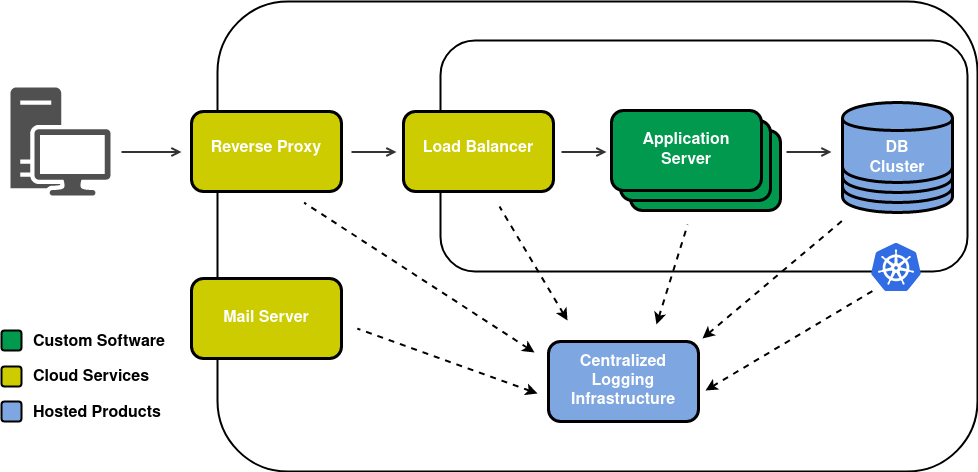
The draw.io diagram assets/posts/2020-11-11-rico-logging/modern-application-setup.png in karakun/karakun.github.io, before a commit. Source tidied: cells renumbered, new cells last; positions are measured from the earlier drawing's top-left corner, leaving out a move shared by most shapes. Source of this version:
```xml
<mxGraphModel>
  <root>
    <mxCell id="0" />
    <mxCell id="1" parent="0" />
    <mxCell id="2" style="rounded=1;whiteSpace=wrap;html=1;strokeWidth=2;" parent="1" vertex="1">
      <mxGeometry x="216" width="760" height="470" as="geometry" />
    </mxCell>
    <mxCell id="3" style="rounded=1;whiteSpace=wrap;html=1;strokeWidth=2;" parent="1" vertex="1">
      <mxGeometry x="439" y="39" width="527" height="231" as="geometry" />
    </mxCell>
    <mxCell id="4" style="rounded=1;whiteSpace=wrap;html=1;strokeWidth=3;fontColor=#ffffff;fillColor=#00994D;" parent="1" vertex="1">
      <mxGeometry x="629" y="129" width="150" height="80" as="geometry" />
    </mxCell>
    <mxCell id="5" style="rounded=1;whiteSpace=wrap;html=1;strokeWidth=3;fontColor=#ffffff;fillColor=#00994D;" parent="1" vertex="1">
      <mxGeometry x="619" y="119" width="150" height="80" as="geometry" />
    </mxCell>
    <mxCell id="6" value="&lt;div style=&quot;font-size: 16px;&quot;&gt;Application&lt;/div&gt;&lt;div style=&quot;font-size: 16px;&quot;&gt;Server&lt;/div&gt;" style="rounded=1;whiteSpace=wrap;html=1;strokeWidth=3;fontColor=#ffffff;fillColor=#00994D;fontSize=16;fontStyle=1;" parent="1" vertex="1">
      <mxGeometry x="610" y="109" width="150" height="80" as="geometry" />
    </mxCell>
    <mxCell id="7" value="&lt;p style=&quot;line-height: 120%; font-size: 16px;&quot;&gt;&lt;/p&gt;&lt;div style=&quot;font-size: 16px;&quot;&gt;&lt;font style=&quot;font-size: 16px;&quot;&gt;&lt;sup style=&quot;font-size: 16px;&quot;&gt;&lt;font style=&quot;font-size: 16px;&quot;&gt;Reverse Proxy&lt;/font&gt;&lt;/sup&gt;&lt;/font&gt;&lt;/div&gt;&lt;p style=&quot;font-size: 16px;&quot;&gt;&lt;/p&gt;" style="rounded=1;whiteSpace=wrap;strokeWidth=3;fontColor=#ffffff;fillColor=#CCCC00;spacing=2;html=1;fontSize=16;fontStyle=1;" parent="1" vertex="1">
      <mxGeometry x="190" y="110" width="150" height="80" as="geometry" />
    </mxCell>
    <mxCell id="8" style="endArrow=open;html=1;endFill=0;strokeWidth=2;strokeColor=#333333;" parent="1" edge="1">
      <mxGeometry relative="1" as="geometry">
        <mxPoint x="120" y="150.5" as="sourcePoint" />
        <mxPoint x="180" y="150.5" as="targetPoint" />
      </mxGeometry>
    </mxCell>
    <mxCell id="9" style="endArrow=open;html=1;endFill=0;strokeWidth=2;strokeColor=#333333;" parent="1" edge="1">
      <mxGeometry relative="1" as="geometry">
        <mxPoint x="785" y="150.5" as="sourcePoint" />
        <mxPoint x="830" y="150.5" as="targetPoint" />
      </mxGeometry>
    </mxCell>
    <mxCell id="10" value="Centralized&lt;br style=&quot;font-size: 16px;&quot;&gt;Logging&lt;br style=&quot;font-size: 16px;&quot;&gt;Infrastructure" style="rounded=1;whiteSpace=wrap;html=1;strokeWidth=3;fontColor=#ffffff;fillColor=#7EA6E0;fontSize=16;fontStyle=1;" parent="1" vertex="1">
      <mxGeometry x="547" y="340" width="150" height="80" as="geometry" />
    </mxCell>
    <mxCell id="11" value="Mail Server" style="rounded=1;whiteSpace=wrap;html=1;strokeWidth=3;fontColor=#ffffff;fillColor=#CCCC00;fontSize=16;fontStyle=1;" parent="1" vertex="1">
      <mxGeometry x="190" y="277" width="150" height="80" as="geometry" />
    </mxCell>
    <mxCell id="12" style="rounded=1;whiteSpace=wrap;html=1;strokeWidth=2;fontColor=#ffffff;fillColor=#00994D;fontSize=14;fontStyle=1;" parent="1" vertex="1">
      <mxGeometry y="329" width="20" height="20" as="geometry" />
    </mxCell>
    <mxCell id="13" value="Custom Software" style="text;html=1;strokeColor=none;fillColor=none;align=left;verticalAlign=middle;whiteSpace=wrap;rounded=0;fontSize=16;fontStyle=1;" parent="1" vertex="1">
      <mxGeometry x="30" y="331" width="160" height="20" as="geometry" />
    </mxCell>
    <mxCell id="14" style="rounded=1;whiteSpace=wrap;html=1;strokeWidth=2;fontColor=#ffffff;fillColor=#CCCC00;fontSize=14;fontStyle=1;" parent="1" vertex="1">
      <mxGeometry y="365" width="20" height="20" as="geometry" />
    </mxCell>
    <mxCell id="15" value="Cloud Services" style="text;html=1;strokeColor=none;fillColor=none;align=left;verticalAlign=middle;whiteSpace=wrap;rounded=0;fontSize=16;fontStyle=1;" parent="1" vertex="1">
      <mxGeometry x="30" y="366" width="130" height="20" as="geometry" />
    </mxCell>
    <mxCell id="16" style="rounded=1;whiteSpace=wrap;html=1;strokeWidth=2;fontColor=#ffffff;fillColor=#7EA6E0;fontSize=14;fontStyle=1;" parent="1" vertex="1">
      <mxGeometry y="400" width="20" height="20" as="geometry" />
    </mxCell>
    <mxCell id="17" value="Hosted Products" style="text;html=1;strokeColor=none;fillColor=none;align=left;verticalAlign=middle;whiteSpace=wrap;rounded=0;fontSize=16;fontStyle=1;" parent="1" vertex="1">
      <mxGeometry x="30" y="402" width="130" height="20" as="geometry" />
    </mxCell>
    <mxCell id="18" style="shadow=0;dashed=0;html=1;strokeColor=none;fillColor=#505050;labelPosition=center;verticalLabelPosition=bottom;verticalAlign=top;align=center;shape=mxgraph.office.devices.workstation;" parent="1" vertex="1">
      <mxGeometry x="9" y="86" width="100" height="108" as="geometry" />
    </mxCell>
    <mxCell id="19" value="&lt;p style=&quot;line-height: 120%; font-size: 16px;&quot;&gt;&lt;/p&gt;&lt;div style=&quot;font-size: 16px;&quot;&gt;&lt;font style=&quot;font-size: 16px;&quot;&gt;&lt;sup style=&quot;font-size: 16px;&quot;&gt;&lt;font style=&quot;font-size: 16px;&quot;&gt;Load Balancer&lt;/font&gt;&lt;/sup&gt;&lt;/font&gt;&lt;/div&gt;&lt;p style=&quot;font-size: 16px;&quot;&gt;&lt;/p&gt;" style="rounded=1;whiteSpace=wrap;strokeWidth=3;fontColor=#ffffff;fillColor=#CCCC00;spacing=2;html=1;fontSize=16;fontStyle=1;" parent="1" vertex="1">
      <mxGeometry x="402" y="110" width="150" height="80" as="geometry" />
    </mxCell>
    <mxCell id="20" style="endArrow=open;html=1;endFill=0;strokeWidth=2;strokeColor=#333333;" parent="1" edge="1">
      <mxGeometry relative="1" as="geometry">
        <mxPoint x="350" y="150.5" as="sourcePoint" />
        <mxPoint x="395" y="150.5" as="targetPoint" />
      </mxGeometry>
    </mxCell>
    <mxCell id="21" style="shape=cylinder;whiteSpace=wrap;html=1;boundedLbl=1;backgroundOutline=1;strokeWidth=3;fillColor=#7EA6E0;strokeColor=#000000;rounded=1;fontColor=#ffffff;" parent="1" vertex="1">
      <mxGeometry x="841" y="131" width="110" height="80" as="geometry" />
    </mxCell>
    <mxCell id="22" style="shape=cylinder;whiteSpace=wrap;html=1;boundedLbl=1;backgroundOutline=1;strokeWidth=3;fillColor=#7EA6E0;strokeColor=#000000;rounded=1;fontColor=#ffffff;" parent="1" vertex="1">
      <mxGeometry x="841" y="121" width="110" height="80" as="geometry" />
    </mxCell>
    <mxCell id="23" style="shape=cylinder;whiteSpace=wrap;html=1;boundedLbl=1;backgroundOutline=1;strokeWidth=3;fillColor=#7EA6E0;strokeColor=#000000;rounded=1;fontColor=#ffffff;" parent="1" vertex="1">
      <mxGeometry x="841" y="111" width="110" height="80" as="geometry" />
    </mxCell>
    <mxCell id="24" value="DB&lt;br style=&quot;font-size: 16px;&quot;&gt;Cluster" style="shape=cylinder;whiteSpace=wrap;html=1;boundedLbl=1;backgroundOutline=1;strokeWidth=3;fillColor=#7EA6E0;strokeColor=#000000;rounded=1;fontColor=#ffffff;fontSize=16;fontStyle=1;spacingTop=7;" parent="1" vertex="1">
      <mxGeometry x="841" y="101" width="110" height="80" as="geometry" />
    </mxCell>
    <mxCell id="25" style="html=1;align=center;image;fontSize=12;image=img/lib/mscae/Kubernetes.svg;strokeColor=#000000;strokeWidth=2;" parent="1" vertex="1">
      <mxGeometry x="870" y="242" width="50" height="48" as="geometry" />
    </mxCell>
    <mxCell id="26" style="endArrow=open;html=1;endFill=0;strokeWidth=2;strokeColor=#333333;" parent="1" edge="1">
      <mxGeometry relative="1" as="geometry">
        <mxPoint x="560" y="150.5" as="sourcePoint" />
        <mxPoint x="605" y="150.5" as="targetPoint" />
      </mxGeometry>
    </mxCell>
    <mxCell id="27" style="endArrow=none;dashed=1;html=1;startArrow=classic;startFill=1;strokeWidth=2;entryX=0.112;entryY=0.719;entryDx=0;entryDy=0;entryPerimeter=0;" parent="1" edge="1" target="3">
      <mxGeometry relative="1" as="geometry">
        <mxPoint x="566" y="319" as="sourcePoint" />
      </mxGeometry>
    </mxCell>
    <mxCell id="28" style="endArrow=none;dashed=1;html=1;startArrow=classic;startFill=1;strokeWidth=2;entryX=0.469;entryY=0.797;entryDx=0;entryDy=0;entryPerimeter=0;" parent="1" edge="1" target="3">
      <mxGeometry relative="1" as="geometry">
        <mxPoint x="655" y="323" as="sourcePoint" />
      </mxGeometry>
    </mxCell>
    <mxCell id="29" style="endArrow=none;dashed=1;html=1;startArrow=classic;startFill=1;strokeWidth=2;entryX=0.184;entryY=0.696;entryDx=0;entryDy=0;entryPerimeter=0;" parent="1" edge="1" target="2">
      <mxGeometry relative="1" as="geometry">
        <mxPoint x="536" y="392" as="sourcePoint" />
      </mxGeometry>
    </mxCell>
    <mxCell id="30" style="endArrow=none;dashed=1;html=1;startArrow=classic;startFill=1;strokeWidth=2;entryX=0.114;entryY=0.428;entryDx=0;entryDy=0;entryPerimeter=0;" parent="1" edge="1" target="2">
      <mxGeometry relative="1" as="geometry">
        <mxPoint x="533" y="351" as="sourcePoint" />
      </mxGeometry>
    </mxCell>
    <mxCell id="31" style="endArrow=none;dashed=1;html=1;startArrow=classic;startFill=1;strokeWidth=2;entryX=0.765;entryY=0.775;entryDx=0;entryDy=0;entryPerimeter=0;" parent="1" edge="1" target="3">
      <mxGeometry relative="1" as="geometry">
        <mxPoint x="701" y="337" as="sourcePoint" />
      </mxGeometry>
    </mxCell>
    <mxCell id="32" style="endArrow=none;dashed=1;html=1;startArrow=classic;startFill=1;strokeWidth=2;entryX=0.865;entryY=0.613;entryDx=0;entryDy=0;entryPerimeter=0;" parent="1" edge="1" target="2">
      <mxGeometry relative="1" as="geometry">
        <mxPoint x="704" y="389" as="sourcePoint" />
      </mxGeometry>
    </mxCell>
  </root>
</mxGraphModel>
```
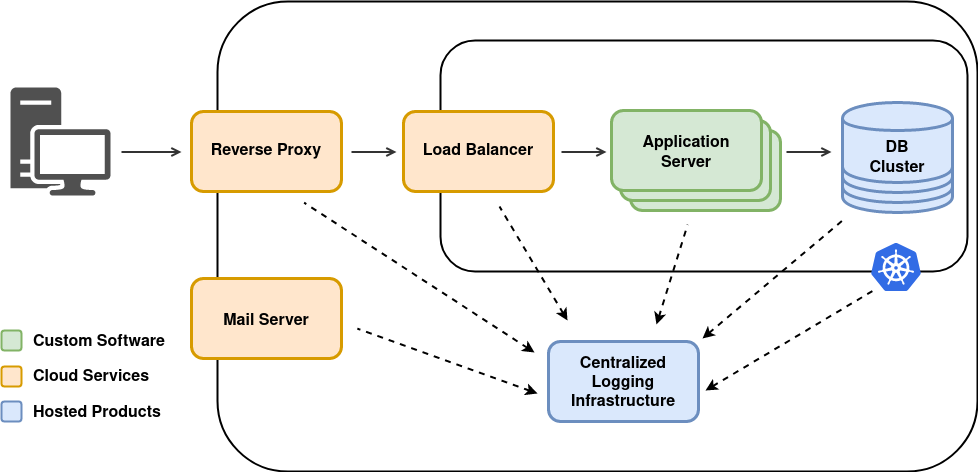
After the change.

Commit message:
change color scheme of logging diagram

Change to the diagram source:
```diff
@@ -8,16 +8,16 @@
     <mxCell id="3" style="rounded=1;whiteSpace=wrap;html=1;strokeWidth=2;" parent="1" vertex="1">
       <mxGeometry x="439" y="39" width="527" height="231" as="geometry" />
     </mxCell>
-    <mxCell id="4" style="rounded=1;whiteSpace=wrap;html=1;strokeWidth=3;fontColor=#ffffff;fillColor=#00994D;" parent="1" vertex="1">
+    <mxCell id="4" style="rounded=1;whiteSpace=wrap;html=1;strokeWidth=3;fillColor=#d5e8d4;strokeColor=#82b366;" parent="1" vertex="1">
       <mxGeometry x="629" y="129" width="150" height="80" as="geometry" />
     </mxCell>
-    <mxCell id="5" style="rounded=1;whiteSpace=wrap;html=1;strokeWidth=3;fontColor=#ffffff;fillColor=#00994D;" parent="1" vertex="1">
+    <mxCell id="5" style="rounded=1;whiteSpace=wrap;html=1;strokeWidth=3;fillColor=#d5e8d4;strokeColor=#82b366;" parent="1" vertex="1">
       <mxGeometry x="619" y="119" width="150" height="80" as="geometry" />
     </mxCell>
-    <mxCell id="6" value="&lt;div style=&quot;font-size: 16px;&quot;&gt;Application&lt;/div&gt;&lt;div style=&quot;font-size: 16px;&quot;&gt;Server&lt;/div&gt;" style="rounded=1;whiteSpace=wrap;html=1;strokeWidth=3;fontColor=#ffffff;fillColor=#00994D;fontSize=16;fontStyle=1;" parent="1" vertex="1">
+    <mxCell id="6" value="&lt;div style=&quot;font-size: 16px;&quot;&gt;Application&lt;/div&gt;&lt;div style=&quot;font-size: 16px;&quot;&gt;Server&lt;/div&gt;" style="rounded=1;whiteSpace=wrap;html=1;strokeWidth=3;fillColor=#d5e8d4;fontSize=16;fontStyle=1;strokeColor=#82b366;spacingTop=6;" parent="1" vertex="1">
       <mxGeometry x="610" y="109" width="150" height="80" as="geometry" />
     </mxCell>
-    <mxCell id="7" value="&lt;p style=&quot;line-height: 120%; font-size: 16px;&quot;&gt;&lt;/p&gt;&lt;div style=&quot;font-size: 16px;&quot;&gt;&lt;font style=&quot;font-size: 16px;&quot;&gt;&lt;sup style=&quot;font-size: 16px;&quot;&gt;&lt;font style=&quot;font-size: 16px;&quot;&gt;Reverse Proxy&lt;/font&gt;&lt;/sup&gt;&lt;/font&gt;&lt;/div&gt;&lt;p style=&quot;font-size: 16px;&quot;&gt;&lt;/p&gt;" style="rounded=1;whiteSpace=wrap;strokeWidth=3;fontColor=#ffffff;fillColor=#CCCC00;spacing=2;html=1;fontSize=16;fontStyle=1;" parent="1" vertex="1">
+    <mxCell id="7" value="&lt;p style=&quot;line-height: 120%; font-size: 16px;&quot;&gt;&lt;/p&gt;&lt;div style=&quot;font-size: 16px;&quot;&gt;&lt;font style=&quot;font-size: 16px;&quot;&gt;&lt;sup style=&quot;font-size: 16px;&quot;&gt;&lt;font style=&quot;font-size: 16px;&quot;&gt;Reverse Proxy&lt;/font&gt;&lt;/sup&gt;&lt;/font&gt;&lt;/div&gt;&lt;p style=&quot;font-size: 16px;&quot;&gt;&lt;/p&gt;" style="rounded=1;whiteSpace=wrap;strokeWidth=3;fillColor=#ffe6cc;spacing=2;html=1;fontSize=16;fontStyle=1;strokeColor=#d79b00;spacingTop=6;" parent="1" vertex="1">
       <mxGeometry x="190" y="110" width="150" height="80" as="geometry" />
     </mxCell>
     <mxCell id="8" style="endArrow=open;html=1;endFill=0;strokeWidth=2;strokeColor=#333333;" parent="1" edge="1">
@@ -32,25 +32,25 @@
         <mxPoint x="830" y="150.5" as="targetPoint" />
       </mxGeometry>
     </mxCell>
-    <mxCell id="10" value="Centralized&lt;br style=&quot;font-size: 16px;&quot;&gt;Logging&lt;br style=&quot;font-size: 16px;&quot;&gt;Infrastructure" style="rounded=1;whiteSpace=wrap;html=1;strokeWidth=3;fontColor=#ffffff;fillColor=#7EA6E0;fontSize=16;fontStyle=1;" parent="1" vertex="1">
+    <mxCell id="10" value="Centralized&lt;br style=&quot;font-size: 16px;&quot;&gt;Logging&lt;br style=&quot;font-size: 16px;&quot;&gt;Infrastructure" style="rounded=1;whiteSpace=wrap;html=1;strokeWidth=3;fontSize=16;fontStyle=1;fillColor=#dae8fc;strokeColor=#6c8ebf;spacingTop=3;" parent="1" vertex="1">
       <mxGeometry x="547" y="340" width="150" height="80" as="geometry" />
     </mxCell>
-    <mxCell id="11" value="Mail Server" style="rounded=1;whiteSpace=wrap;html=1;strokeWidth=3;fontColor=#ffffff;fillColor=#CCCC00;fontSize=16;fontStyle=1;" parent="1" vertex="1">
+    <mxCell id="11" value="Mail Server" style="rounded=1;whiteSpace=wrap;html=1;strokeWidth=3;fillColor=#ffe6cc;fontSize=16;fontStyle=1;strokeColor=#d79b00;spacingTop=6;" parent="1" vertex="1">
       <mxGeometry x="190" y="277" width="150" height="80" as="geometry" />
     </mxCell>
-    <mxCell id="12" style="rounded=1;whiteSpace=wrap;html=1;strokeWidth=2;fontColor=#ffffff;fillColor=#00994D;fontSize=14;fontStyle=1;" parent="1" vertex="1">
+    <mxCell id="12" style="rounded=1;whiteSpace=wrap;html=1;strokeWidth=2;fillColor=#d5e8d4;fontSize=14;fontStyle=1;strokeColor=#82b366;" parent="1" vertex="1">
       <mxGeometry y="329" width="20" height="20" as="geometry" />
     </mxCell>
     <mxCell id="13" value="Custom Software" style="text;html=1;strokeColor=none;fillColor=none;align=left;verticalAlign=middle;whiteSpace=wrap;rounded=0;fontSize=16;fontStyle=1;" parent="1" vertex="1">
       <mxGeometry x="30" y="331" width="160" height="20" as="geometry" />
     </mxCell>
-    <mxCell id="14" style="rounded=1;whiteSpace=wrap;html=1;strokeWidth=2;fontColor=#ffffff;fillColor=#CCCC00;fontSize=14;fontStyle=1;" parent="1" vertex="1">
+    <mxCell id="14" style="rounded=1;whiteSpace=wrap;html=1;strokeWidth=2;fillColor=#ffe6cc;fontSize=14;fontStyle=1;strokeColor=#d79b00;" parent="1" vertex="1">
       <mxGeometry y="365" width="20" height="20" as="geometry" />
     </mxCell>
     <mxCell id="15" value="Cloud Services" style="text;html=1;strokeColor=none;fillColor=none;align=left;verticalAlign=middle;whiteSpace=wrap;rounded=0;fontSize=16;fontStyle=1;" parent="1" vertex="1">
       <mxGeometry x="30" y="366" width="130" height="20" as="geometry" />
     </mxCell>
-    <mxCell id="16" style="rounded=1;whiteSpace=wrap;html=1;strokeWidth=2;fontColor=#ffffff;fillColor=#7EA6E0;fontSize=14;fontStyle=1;" parent="1" vertex="1">
+    <mxCell id="16" style="rounded=1;whiteSpace=wrap;html=1;strokeWidth=2;fontSize=14;fontStyle=1;fillColor=#DAE8FC;strokeColor=#6C8EBF;" parent="1" vertex="1">
       <mxGeometry y="400" width="20" height="20" as="geometry" />
     </mxCell>
     <mxCell id="17" value="Hosted Products" style="text;html=1;strokeColor=none;fillColor=none;align=left;verticalAlign=middle;whiteSpace=wrap;rounded=0;fontSize=16;fontStyle=1;" parent="1" vertex="1">
@@ -59,7 +59,7 @@
     <mxCell id="18" style="shadow=0;dashed=0;html=1;strokeColor=none;fillColor=#505050;labelPosition=center;verticalLabelPosition=bottom;verticalAlign=top;align=center;shape=mxgraph.office.devices.workstation;" parent="1" vertex="1">
       <mxGeometry x="9" y="86" width="100" height="108" as="geometry" />
     </mxCell>
-    <mxCell id="19" value="&lt;p style=&quot;line-height: 120%; font-size: 16px;&quot;&gt;&lt;/p&gt;&lt;div style=&quot;font-size: 16px;&quot;&gt;&lt;font style=&quot;font-size: 16px;&quot;&gt;&lt;sup style=&quot;font-size: 16px;&quot;&gt;&lt;font style=&quot;font-size: 16px;&quot;&gt;Load Balancer&lt;/font&gt;&lt;/sup&gt;&lt;/font&gt;&lt;/div&gt;&lt;p style=&quot;font-size: 16px;&quot;&gt;&lt;/p&gt;" style="rounded=1;whiteSpace=wrap;strokeWidth=3;fontColor=#ffffff;fillColor=#CCCC00;spacing=2;html=1;fontSize=16;fontStyle=1;" parent="1" vertex="1">
+    <mxCell id="19" value="&lt;p style=&quot;line-height: 120%; font-size: 16px;&quot;&gt;&lt;/p&gt;&lt;div style=&quot;font-size: 16px;&quot;&gt;&lt;font style=&quot;font-size: 16px;&quot;&gt;&lt;sup style=&quot;font-size: 16px;&quot;&gt;&lt;font style=&quot;font-size: 16px;&quot;&gt;Load Balancer&lt;/font&gt;&lt;/sup&gt;&lt;/font&gt;&lt;/div&gt;&lt;p style=&quot;font-size: 16px;&quot;&gt;&lt;/p&gt;" style="rounded=1;whiteSpace=wrap;strokeWidth=3;fillColor=#ffe6cc;spacing=2;html=1;fontSize=16;fontStyle=1;strokeColor=#d79b00;spacingTop=6;" parent="1" vertex="1">
       <mxGeometry x="402" y="110" width="150" height="80" as="geometry" />
     </mxCell>
     <mxCell id="20" style="endArrow=open;html=1;endFill=0;strokeWidth=2;strokeColor=#333333;" parent="1" edge="1">
@@ -68,16 +68,16 @@
         <mxPoint x="395" y="150.5" as="targetPoint" />
       </mxGeometry>
     </mxCell>
-    <mxCell id="21" style="shape=cylinder;whiteSpace=wrap;html=1;boundedLbl=1;backgroundOutline=1;strokeWidth=3;fillColor=#7EA6E0;strokeColor=#000000;rounded=1;fontColor=#ffffff;" parent="1" vertex="1">
+    <mxCell id="21" style="shape=cylinder;whiteSpace=wrap;html=1;boundedLbl=1;backgroundOutline=1;strokeWidth=3;rounded=1;fillColor=#dae8fc;strokeColor=#6c8ebf;" parent="1" vertex="1">
       <mxGeometry x="841" y="131" width="110" height="80" as="geometry" />
     </mxCell>
-    <mxCell id="22" style="shape=cylinder;whiteSpace=wrap;html=1;boundedLbl=1;backgroundOutline=1;strokeWidth=3;fillColor=#7EA6E0;strokeColor=#000000;rounded=1;fontColor=#ffffff;" parent="1" vertex="1">
+    <mxCell id="22" style="shape=cylinder;whiteSpace=wrap;html=1;boundedLbl=1;backgroundOutline=1;strokeWidth=3;rounded=1;fillColor=#dae8fc;strokeColor=#6c8ebf;" parent="1" vertex="1">
       <mxGeometry x="841" y="121" width="110" height="80" as="geometry" />
     </mxCell>
-    <mxCell id="23" style="shape=cylinder;whiteSpace=wrap;html=1;boundedLbl=1;backgroundOutline=1;strokeWidth=3;fillColor=#7EA6E0;strokeColor=#000000;rounded=1;fontColor=#ffffff;" parent="1" vertex="1">
+    <mxCell id="23" style="shape=cylinder;whiteSpace=wrap;html=1;boundedLbl=1;backgroundOutline=1;strokeWidth=3;rounded=1;fillColor=#dae8fc;strokeColor=#6c8ebf;" parent="1" vertex="1">
       <mxGeometry x="841" y="111" width="110" height="80" as="geometry" />
     </mxCell>
-    <mxCell id="24" value="DB&lt;br style=&quot;font-size: 16px;&quot;&gt;Cluster" style="shape=cylinder;whiteSpace=wrap;html=1;boundedLbl=1;backgroundOutline=1;strokeWidth=3;fillColor=#7EA6E0;strokeColor=#000000;rounded=1;fontColor=#ffffff;fontSize=16;fontStyle=1;spacingTop=7;" parent="1" vertex="1">
+    <mxCell id="24" value="DB&lt;br style=&quot;font-size: 16px;&quot;&gt;Cluster" style="shape=cylinder;whiteSpace=wrap;html=1;boundedLbl=1;backgroundOutline=1;strokeWidth=3;rounded=1;fontSize=16;fontStyle=1;spacingTop=7;fillColor=#dae8fc;strokeColor=#6c8ebf;" parent="1" vertex="1">
       <mxGeometry x="841" y="101" width="110" height="80" as="geometry" />
     </mxCell>
     <mxCell id="25" style="html=1;align=center;image;fontSize=12;image=img/lib/mscae/Kubernetes.svg;strokeColor=#000000;strokeWidth=2;" parent="1" vertex="1">
```
